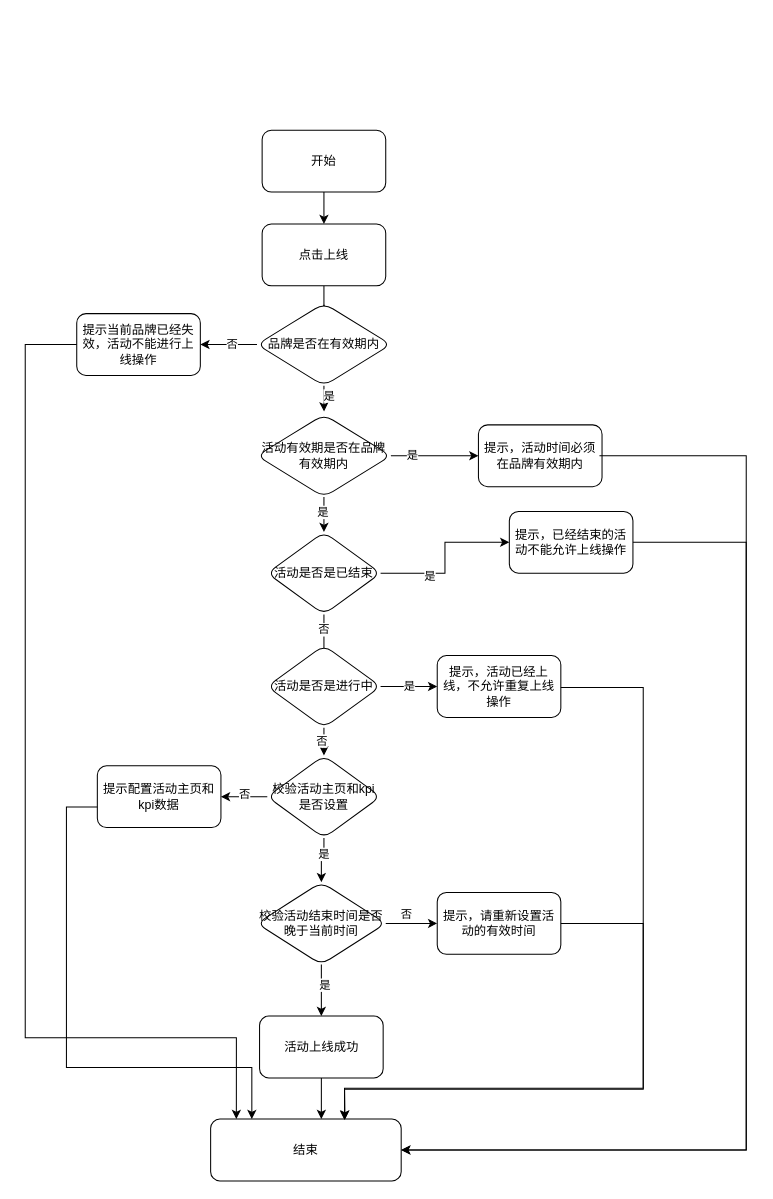
Above: page "Page-2" (2 of 5) of src/Untitled Diagram.drawio in sshzhang/huaweiCode2019 (draw.io), before the change. Source tidied: cells renumbered, new cells numbered last; positions are measured from the earlier drawing's top-left corner, leaving out a move shared by most shapes. Both pictures are drawn from the tidied source at 103%, with x=0, y=0 at pixel (25, 130).
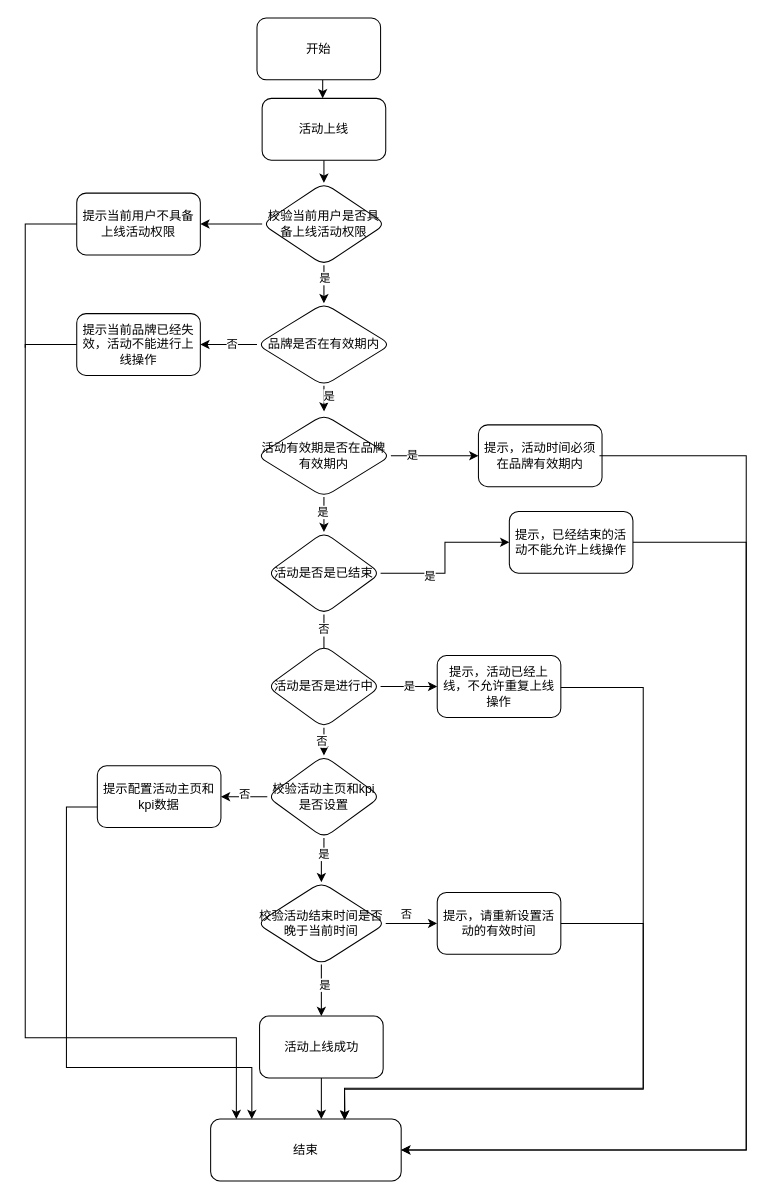
After the change.

The change refers to these unchanged cells:
```xml
<mxCell id="8" value="品牌是否在有效期内" style="rhombus;whiteSpace=wrap;html=1;rounded=1;" parent="1" vertex="1">
  <mxGeometry x="225" y="168" width="130" height="80" as="geometry" />
</mxCell>
```

Change to the diagram source:
```diff
@@
-    <mxCell id="2" style="edgeStyle=orthogonalEdgeStyle;rounded=0;jettySize=auto;html=1;" parent="1" edge="1" source="3">
-      <mxGeometry relative="1" as="geometry">
-        <mxPoint x="290.1" y="169" as="targetPoint" />
-      </mxGeometry>
-    </mxCell>
-    <mxCell id="3" value="点击上线" style="rounded=1;whiteSpace=wrap;html=1;" parent="1" vertex="1">
-      <mxGeometry x="230" y="91" width="120" height="60" as="geometry" />
-    </mxCell>
@@
-    <mxCell id="36" style="edgeStyle=orthogonalEdgeStyle;rounded=0;jettySize=auto;html=1;" parent="1" edge="1" source="37" target="3">
-      <mxGeometry relative="1" as="geometry" />
-    </mxCell>
+    <mxCell id="50" style="edgeStyle=orthogonalEdgeStyle;rounded=0;jettySize=auto;html=1;" parent="1" edge="1" source="37" target="56">
+      <mxGeometry relative="1" as="geometry" />
+    </mxCell>
-    <mxCell id="37" value="开始" style="rounded=1;whiteSpace=wrap;html=1;" parent="1" vertex="1">
-      <mxGeometry x="230" width="120" height="60" as="geometry" />
+    <mxCell id="37" value="活动上线" style="rounded=1;whiteSpace=wrap;html=1;" parent="1" vertex="1">
+      <mxGeometry x="230" y="-31" width="120" height="60" as="geometry" />
     </mxCell>
@@
+    <mxCell id="51" style="edgeStyle=orthogonalEdgeStyle;rounded=0;jettySize=auto;html=1;" parent="1" edge="1" source="52" target="37">
+      <mxGeometry relative="1" as="geometry">
+        <Array as="points">
+          <mxPoint x="288.8" y="-39" />
+          <mxPoint x="288.8" y="-39" />
+        </Array>
+      </mxGeometry>
+    </mxCell>
+    <mxCell id="52" value="开始" style="rounded=1;whiteSpace=wrap;html=1;" parent="1" vertex="1">
+      <mxGeometry x="225" y="-109" width="120" height="60" as="geometry" />
+    </mxCell>
+    <mxCell id="53" style="edgeStyle=orthogonalEdgeStyle;rounded=0;jettySize=auto;html=1;" parent="1" edge="1" source="56" target="8">
+      <mxGeometry relative="1" as="geometry" />
+    </mxCell>
+    <mxCell id="54" value="是" style="edgeLabel;html=1;align=center;verticalAlign=middle;" parent="53" vertex="1">
+      <mxGeometry x="-0.44" relative="1" as="geometry" />
+    </mxCell>
+    <mxCell id="55" style="edgeStyle=orthogonalEdgeStyle;rounded=0;jettySize=auto;html=1;" parent="1" edge="1" source="56" target="57">
+      <mxGeometry relative="1" as="geometry" />
+    </mxCell>
+    <mxCell id="56" value="校验当前用户是否具备上线活动权限" style="rhombus;whiteSpace=wrap;html=1;rounded=1;" parent="1" vertex="1">
+      <mxGeometry x="230" y="51" width="120" height="80" as="geometry" />
+    </mxCell>
+    <mxCell id="57" value="提示当前用户不具备上线活动权限" style="whiteSpace=wrap;html=1;rounded=1;" parent="1" vertex="1">
+      <mxGeometry x="50" y="61" width="120" height="60" as="geometry" />
+    </mxCell>
+    <mxCell id="58" style="endArrow=none;html=1;rounded=0;entryX=0;entryY=0.5;entryDx=0;entryDy=0;" parent="1" edge="1" target="57">
+      <mxGeometry relative="1" as="geometry">
+        <mxPoint y="211" as="sourcePoint" />
+        <Array as="points">
+          <mxPoint y="91" />
+        </Array>
+      </mxGeometry>
+    </mxCell>
```
